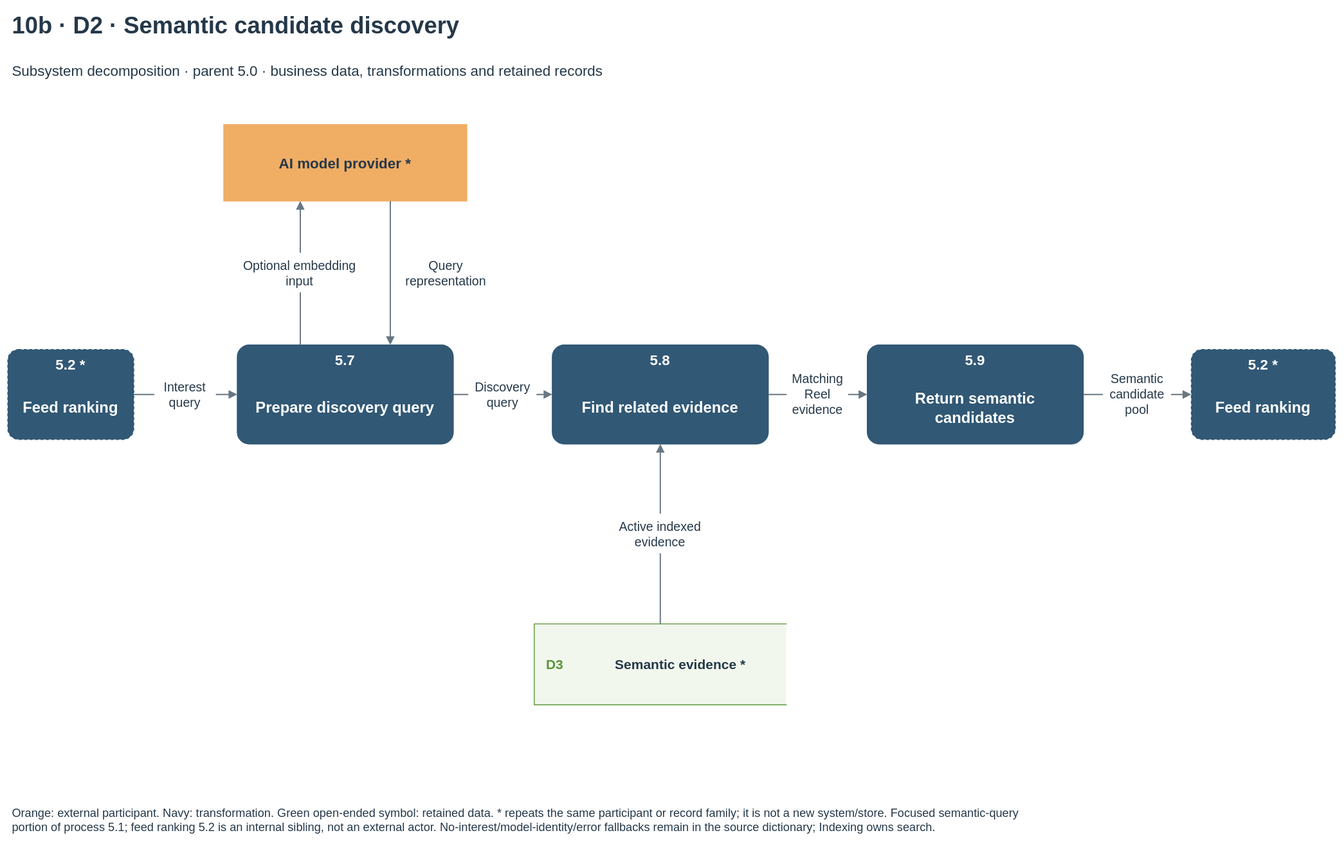
Earlier version of the draw.io export docs/diagrams/velora-current/importable-svg/10b-dfd-semantic-candidates.drawio.svg (HieuCuteDangYeu/velora-backend). Source tidied: cells renumbered, new cells last; positions are measured from the earlier drawing's top-left corner, leaving out a move shared by most shapes. Its diagram source:
```xml
<mxGraphModel>
  <root>
    <mxCell id="0" />
    <mxCell id="1" parent="0" />
    <mxCell id="2" value="10b · D2 · Semantic candidate discovery" style="text;html=1;whiteSpace=wrap;fontFamily=Arial;fontSize=26;fontColor=#253849;fontStyle=1;align=left;verticalAlign=middle;spacing=0;" parent="1" vertex="1">
      <mxGeometry x="5" width="1460" height="40" as="geometry" />
    </mxCell>
    <mxCell id="3" value="Subsystem decomposition · parent 5.0 · business data, transformations and retained records" style="text;html=1;whiteSpace=wrap;fontFamily=Arial;fontSize=16;fontColor=#253849;fontStyle=0;align=left;verticalAlign=middle;spacing=0;" parent="1" vertex="1">
      <mxGeometry x="5" y="50" width="1460" height="40" as="geometry" />
    </mxCell>
    <mxCell id="4" style="rounded=1;arcSize=12;fillColor=#315875;strokeColor=#315875;dashed=0;whiteSpace=wrap;" parent="1" vertex="1">
      <mxGeometry x="255" y="375" width="240" height="110" as="geometry" />
    </mxCell>
    <mxCell id="5" value="5.7" style="text;html=1;whiteSpace=wrap;fontFamily=Arial;fontSize=16;fontColor=white;fontStyle=1;align=center;verticalAlign=middle;spacing=0;" parent="4" vertex="1">
      <mxGeometry x="5" y="4" width="230" height="25" as="geometry" />
    </mxCell>
    <mxCell id="6" value="Prepare discovery query" style="text;html=1;whiteSpace=wrap;fontFamily=Arial;fontSize=17;fontColor=white;fontStyle=1;align=center;verticalAlign=middle;spacing=0;" parent="4" vertex="1">
      <mxGeometry x="8" y="36" width="224" height="70" as="geometry" />
    </mxCell>
    <mxCell id="7" style="rounded=1;arcSize=12;fillColor=#315875;strokeColor=#315875;dashed=0;whiteSpace=wrap;" parent="1" vertex="1">
      <mxGeometry x="605" y="375" width="240" height="110" as="geometry" />
    </mxCell>
    <mxCell id="8" value="5.8" style="text;html=1;whiteSpace=wrap;fontFamily=Arial;fontSize=16;fontColor=white;fontStyle=1;align=center;verticalAlign=middle;spacing=0;" parent="7" vertex="1">
      <mxGeometry x="5" y="4" width="230" height="25" as="geometry" />
    </mxCell>
    <mxCell id="9" value="Find related evidence" style="text;html=1;whiteSpace=wrap;fontFamily=Arial;fontSize=17;fontColor=white;fontStyle=1;align=center;verticalAlign=middle;spacing=0;" parent="7" vertex="1">
      <mxGeometry x="8" y="36" width="224" height="70" as="geometry" />
    </mxCell>
    <mxCell id="10" style="rounded=1;arcSize=12;fillColor=#315875;strokeColor=#315875;dashed=0;whiteSpace=wrap;" parent="1" vertex="1">
      <mxGeometry x="955" y="375" width="240" height="110" as="geometry" />
    </mxCell>
    <mxCell id="11" value="5.9" style="text;html=1;whiteSpace=wrap;fontFamily=Arial;fontSize=16;fontColor=white;fontStyle=1;align=center;verticalAlign=middle;spacing=0;" parent="10" vertex="1">
      <mxGeometry x="5" y="4" width="230" height="25" as="geometry" />
    </mxCell>
    <mxCell id="12" value="Return semantic&lt;br&gt;candidates" style="text;html=1;whiteSpace=wrap;fontFamily=Arial;fontSize=17;fontColor=white;fontStyle=1;align=center;verticalAlign=middle;spacing=0;" parent="10" vertex="1">
      <mxGeometry x="8" y="36" width="224" height="70" as="geometry" />
    </mxCell>
    <mxCell id="13" style="rounded=1;arcSize=12;fillColor=#315875;strokeColor=#315875;dashed=1;whiteSpace=wrap;" parent="1" vertex="1">
      <mxGeometry y="380" width="140" height="100" as="geometry" />
    </mxCell>
    <mxCell id="14" value="5.2 *" style="text;html=1;whiteSpace=wrap;fontFamily=Arial;fontSize=16;fontColor=white;fontStyle=1;align=center;verticalAlign=middle;spacing=0;" parent="13" vertex="1">
      <mxGeometry x="5" y="4" width="130" height="25" as="geometry" />
    </mxCell>
    <mxCell id="15" value="Feed ranking" style="text;html=1;whiteSpace=wrap;fontFamily=Arial;fontSize=17;fontColor=white;fontStyle=1;align=center;verticalAlign=middle;spacing=0;" parent="13" vertex="1">
      <mxGeometry x="8" y="36" width="124" height="60" as="geometry" />
    </mxCell>
    <mxCell id="16" style="rounded=0;arcSize=12;fillColor=#f0ad64;strokeColor=#f0ad64;dashed=0;whiteSpace=wrap;" parent="1" vertex="1">
      <mxGeometry x="240" y="130" width="270" height="85" as="geometry" />
    </mxCell>
    <mxCell id="17" value="AI model provider *" style="text;html=1;whiteSpace=wrap;fontFamily=Arial;fontSize=16;fontColor=#253849;fontStyle=1;align=center;verticalAlign=middle;spacing=0;" parent="16" vertex="1">
      <mxGeometry x="8" y="8" width="254" height="69" as="geometry" />
    </mxCell>
    <mxCell id="18" style="shape=partialRectangle;right=0;left=1;top=1;bottom=1;rounded=0;fillColor=#f2f7ed;strokeColor=#579539;whiteSpace=wrap;" parent="1" vertex="1">
      <mxGeometry x="585" y="685" width="280" height="90" as="geometry" />
    </mxCell>
    <mxCell id="19" value="D3" style="text;html=1;whiteSpace=wrap;fontFamily=Arial;fontSize=15;fontColor=#579539;fontStyle=1;align=center;verticalAlign=middle;spacing=0;" parent="18" vertex="1">
      <mxGeometry x="2" y="2" width="42" height="86" as="geometry" />
    </mxCell>
    <mxCell id="20" value="Semantic evidence *" style="text;html=1;whiteSpace=wrap;fontFamily=Arial;fontSize=15;fontColor=#253849;fontStyle=1;align=center;verticalAlign=middle;spacing=0;" parent="18" vertex="1">
      <mxGeometry x="53" y="5" width="219" height="80" as="geometry" />
    </mxCell>
    <mxCell id="21" style="rounded=1;arcSize=12;fillColor=#315875;strokeColor=#315875;dashed=1;whiteSpace=wrap;" parent="1" vertex="1">
      <mxGeometry x="1315" y="380" width="160" height="100" as="geometry" />
    </mxCell>
    <mxCell id="22" value="5.2 *" style="text;html=1;whiteSpace=wrap;fontFamily=Arial;fontSize=16;fontColor=white;fontStyle=1;align=center;verticalAlign=middle;spacing=0;" parent="21" vertex="1">
      <mxGeometry x="5" y="4" width="150" height="25" as="geometry" />
    </mxCell>
    <mxCell id="23" value="Feed ranking" style="text;html=1;whiteSpace=wrap;fontFamily=Arial;fontSize=17;fontColor=white;fontStyle=1;align=center;verticalAlign=middle;spacing=0;" parent="21" vertex="1">
      <mxGeometry x="8" y="36" width="144" height="60" as="geometry" />
    </mxCell>
    <mxCell id="24" style="edgeStyle=none;noEdgeStyle=1;endArrow=block;endFill=1;strokeColor=#687782;strokeWidth=1.4;jumpStyle=arc;jumpSize=8;exitPerimeter=0;entryPerimeter=0;exitX=1.0;exitY=0.5;entryX=0.0;entryY=0.5;" parent="1" edge="1" source="13" target="4">
      <mxGeometry relative="1" as="geometry" />
    </mxCell>
    <mxCell id="25" style="edgeStyle=none;noEdgeStyle=1;endArrow=block;endFill=1;strokeColor=#687782;strokeWidth=1.4;jumpStyle=arc;jumpSize=8;exitPerimeter=0;entryPerimeter=0;exitX=1.0;exitY=0.5;entryX=0.0;entryY=0.5;" parent="1" edge="1" source="4" target="7">
      <mxGeometry relative="1" as="geometry" />
    </mxCell>
    <mxCell id="26" style="edgeStyle=none;noEdgeStyle=1;endArrow=block;endFill=1;strokeColor=#687782;strokeWidth=1.4;jumpStyle=arc;jumpSize=8;exitPerimeter=0;entryPerimeter=0;exitX=1.0;exitY=0.5;entryX=0.0;entryY=0.5;" parent="1" edge="1" source="7" target="10">
      <mxGeometry relative="1" as="geometry" />
    </mxCell>
    <mxCell id="27" style="edgeStyle=none;noEdgeStyle=1;endArrow=block;endFill=1;strokeColor=#687782;strokeWidth=1.4;jumpStyle=arc;jumpSize=8;exitPerimeter=0;entryPerimeter=0;exitX=0.2916666666666667;exitY=0.0;entryX=0.3148148148148148;entryY=1.0;" parent="1" edge="1" source="4" target="16">
      <mxGeometry relative="1" as="geometry" />
    </mxCell>
    <mxCell id="28" style="edgeStyle=none;noEdgeStyle=1;endArrow=block;endFill=1;strokeColor=#687782;strokeWidth=1.4;jumpStyle=arc;jumpSize=8;exitPerimeter=0;entryPerimeter=0;exitX=0.6851851851851852;exitY=1.0;entryX=0.7083333333333334;entryY=0.0;" parent="1" edge="1" source="16" target="4">
      <mxGeometry relative="1" as="geometry" />
    </mxCell>
    <mxCell id="29" style="edgeStyle=none;noEdgeStyle=1;endArrow=block;endFill=1;strokeColor=#687782;strokeWidth=1.4;jumpStyle=arc;jumpSize=8;exitPerimeter=0;entryPerimeter=0;exitX=0.5;exitY=0.0;entryX=0.5;entryY=1.0;" parent="1" edge="1" source="18" target="7">
      <mxGeometry relative="1" as="geometry" />
    </mxCell>
    <mxCell id="30" style="edgeStyle=none;noEdgeStyle=1;endArrow=block;endFill=1;strokeColor=#687782;strokeWidth=1.4;jumpStyle=arc;jumpSize=8;exitPerimeter=0;entryPerimeter=0;exitX=1.0;exitY=0.5;entryX=0.0;entryY=0.5;" parent="1" edge="1" source="10" target="21">
      <mxGeometry relative="1" as="geometry" />
    </mxCell>
    <mxCell id="31" style="fillColor=#ffffff;strokeColor=none;" parent="1" vertex="1">
      <mxGeometry x="512.1" y="408" width="75.7" height="44" as="geometry" />
    </mxCell>
    <mxCell id="32" value="Discovery&lt;br&gt;query" style="text;html=1;whiteSpace=wrap;fontFamily=Arial;fontSize=14;fontColor=#253849;fontStyle=0;align=center;verticalAlign=middle;spacing=0;" parent="1" vertex="1">
      <mxGeometry x="512.1" y="408" width="75.7" height="44" as="geometry" />
    </mxCell>
    <mxCell id="33" style="fillColor=#ffffff;strokeColor=none;" parent="1" vertex="1">
      <mxGeometry x="865.8" y="399" width="68.4" height="62" as="geometry" />
    </mxCell>
    <mxCell id="34" value="Matching&lt;br&gt;Reel&lt;br&gt;evidence" style="text;html=1;whiteSpace=wrap;fontFamily=Arial;fontSize=14;fontColor=#253849;fontStyle=0;align=center;verticalAlign=middle;spacing=0;" parent="1" vertex="1">
      <mxGeometry x="865.8" y="399" width="68.4" height="62" as="geometry" />
    </mxCell>
    <mxCell id="35" style="fillColor=#ffffff;strokeColor=none;" parent="1" vertex="1">
      <mxGeometry x="163.3" y="408" width="68.4" height="44" as="geometry" />
    </mxCell>
    <mxCell id="36" value="Interest&lt;br&gt;query" style="text;html=1;whiteSpace=wrap;fontFamily=Arial;fontSize=14;fontColor=#253849;fontStyle=0;align=center;verticalAlign=middle;spacing=0;" parent="1" vertex="1">
      <mxGeometry x="163.3" y="408" width="68.4" height="44" as="geometry" />
    </mxCell>
    <mxCell id="37" style="fillColor=#ffffff;strokeColor=none;" parent="1" vertex="1">
      <mxGeometry x="1217.2" y="399" width="75.7" height="62" as="geometry" />
    </mxCell>
    <mxCell id="38" value="Semantic&lt;br&gt;candidate&lt;br&gt;pool" style="text;html=1;whiteSpace=wrap;fontFamily=Arial;fontSize=14;fontColor=#253849;fontStyle=0;align=center;verticalAlign=middle;spacing=0;" parent="1" vertex="1">
      <mxGeometry x="1217.2" y="399" width="75.7" height="62" as="geometry" />
    </mxCell>
    <mxCell id="39" style="fillColor=#ffffff;strokeColor=none;" parent="1" vertex="1">
      <mxGeometry x="254.3" y="273" width="141.4" height="44" as="geometry" />
    </mxCell>
    <mxCell id="40" value="Optional embedding&lt;br&gt;input" style="text;html=1;whiteSpace=wrap;fontFamily=Arial;fontSize=14;fontColor=#253849;fontStyle=0;align=center;verticalAlign=middle;spacing=0;" parent="1" vertex="1">
      <mxGeometry x="254.3" y="273" width="141.4" height="44" as="geometry" />
    </mxCell>
    <mxCell id="41" style="fillColor=#ffffff;strokeColor=none;" parent="1" vertex="1">
      <mxGeometry x="431" y="273" width="112.2" height="44" as="geometry" />
    </mxCell>
    <mxCell id="42" value="Query&lt;br&gt;representation" style="text;html=1;whiteSpace=wrap;fontFamily=Arial;fontSize=14;fontColor=#253849;fontStyle=0;align=center;verticalAlign=middle;spacing=0;" parent="1" vertex="1">
      <mxGeometry x="431" y="273" width="112.2" height="44" as="geometry" />
    </mxCell>
    <mxCell id="43" style="fillColor=#ffffff;strokeColor=none;" parent="1" vertex="1">
      <mxGeometry x="668.9" y="563" width="112.2" height="44" as="geometry" />
    </mxCell>
    <mxCell id="44" value="Active indexed&lt;br&gt;evidence" style="text;html=1;whiteSpace=wrap;fontFamily=Arial;fontSize=14;fontColor=#253849;fontStyle=0;align=center;verticalAlign=middle;spacing=0;" parent="1" vertex="1">
      <mxGeometry x="668.9" y="563" width="112.2" height="44" as="geometry" />
    </mxCell>
    <mxCell id="45" value="Orange: external participant. Navy: transformation. Green open-ended symbol: retained data. * repeats the same participant or record family; it is not a new system/store. Focused semantic-query&lt;br&gt;portion of process 5.1; feed ranking 5.2 is an internal sibling, not an external actor. No-interest/model-identity/error fallbacks remain in the source dictionary; Indexing owns search." style="text;html=1;whiteSpace=wrap;fontFamily=Arial;fontSize=13;fontColor=#253849;fontStyle=0;align=left;verticalAlign=middle;spacing=0;" parent="1" vertex="1">
      <mxGeometry x="5" y="865" width="1460" height="75" as="geometry" />
    </mxCell>
  </root>
</mxGraphModel>
```
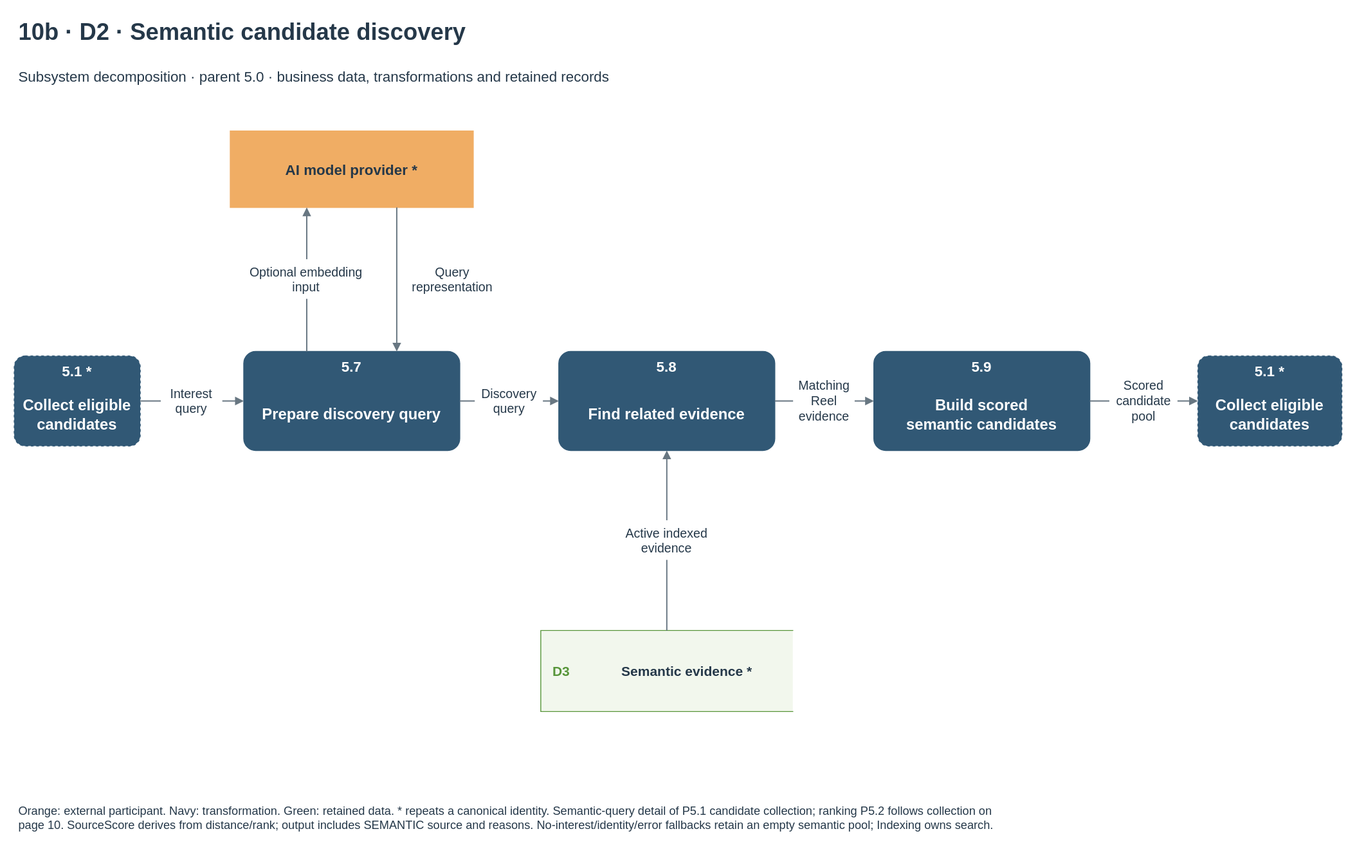
The same file after the commit.

Diff of the diagram source:
```diff
@@ -32,16 +32,16 @@
     <mxCell id="11" value="5.9" style="text;html=1;whiteSpace=wrap;fontFamily=Arial;fontSize=16;fontColor=white;fontStyle=1;align=center;verticalAlign=middle;spacing=0;" parent="10" vertex="1">
       <mxGeometry x="5" y="4" width="230" height="25" as="geometry" />
     </mxCell>
-    <mxCell id="12" value="Return semantic&lt;br&gt;candidates" style="text;html=1;whiteSpace=wrap;fontFamily=Arial;fontSize=17;fontColor=white;fontStyle=1;align=center;verticalAlign=middle;spacing=0;" parent="10" vertex="1">
+    <mxCell id="12" value="Build scored&lt;br&gt;semantic candidates" style="text;html=1;whiteSpace=wrap;fontFamily=Arial;fontSize=17;fontColor=white;fontStyle=1;align=center;verticalAlign=middle;spacing=0;" parent="10" vertex="1">
       <mxGeometry x="8" y="36" width="224" height="70" as="geometry" />
     </mxCell>
     <mxCell id="13" style="rounded=1;arcSize=12;fillColor=#315875;strokeColor=#315875;dashed=1;whiteSpace=wrap;" parent="1" vertex="1">
       <mxGeometry y="380" width="140" height="100" as="geometry" />
     </mxCell>
-    <mxCell id="14" value="5.2 *" style="text;html=1;whiteSpace=wrap;fontFamily=Arial;fontSize=16;fontColor=white;fontStyle=1;align=center;verticalAlign=middle;spacing=0;" parent="13" vertex="1">
+    <mxCell id="14" value="5.1 *" style="text;html=1;whiteSpace=wrap;fontFamily=Arial;fontSize=16;fontColor=white;fontStyle=1;align=center;verticalAlign=middle;spacing=0;" parent="13" vertex="1">
       <mxGeometry x="5" y="4" width="130" height="25" as="geometry" />
     </mxCell>
-    <mxCell id="15" value="Feed ranking" style="text;html=1;whiteSpace=wrap;fontFamily=Arial;fontSize=17;fontColor=white;fontStyle=1;align=center;verticalAlign=middle;spacing=0;" parent="13" vertex="1">
+    <mxCell id="15" value="Collect eligible&lt;br&gt;candidates" style="text;html=1;whiteSpace=wrap;fontFamily=Arial;fontSize=17;fontColor=white;fontStyle=1;align=center;verticalAlign=middle;spacing=0;" parent="13" vertex="1">
       <mxGeometry x="8" y="36" width="124" height="60" as="geometry" />
     </mxCell>
     <mxCell id="16" style="rounded=0;arcSize=12;fillColor=#f0ad64;strokeColor=#f0ad64;dashed=0;whiteSpace=wrap;" parent="1" vertex="1">
@@ -62,10 +62,10 @@
     <mxCell id="21" style="rounded=1;arcSize=12;fillColor=#315875;strokeColor=#315875;dashed=1;whiteSpace=wrap;" parent="1" vertex="1">
       <mxGeometry x="1315" y="380" width="160" height="100" as="geometry" />
     </mxCell>
-    <mxCell id="22" value="5.2 *" style="text;html=1;whiteSpace=wrap;fontFamily=Arial;fontSize=16;fontColor=white;fontStyle=1;align=center;verticalAlign=middle;spacing=0;" parent="21" vertex="1">
+    <mxCell id="22" value="5.1 *" style="text;html=1;whiteSpace=wrap;fontFamily=Arial;fontSize=16;fontColor=white;fontStyle=1;align=center;verticalAlign=middle;spacing=0;" parent="21" vertex="1">
       <mxGeometry x="5" y="4" width="150" height="25" as="geometry" />
     </mxCell>
-    <mxCell id="23" value="Feed ranking" style="text;html=1;whiteSpace=wrap;fontFamily=Arial;fontSize=17;fontColor=white;fontStyle=1;align=center;verticalAlign=middle;spacing=0;" parent="21" vertex="1">
+    <mxCell id="23" value="Collect eligible&lt;br&gt;candidates" style="text;html=1;whiteSpace=wrap;fontFamily=Arial;fontSize=17;fontColor=white;fontStyle=1;align=center;verticalAlign=middle;spacing=0;" parent="21" vertex="1">
       <mxGeometry x="8" y="36" width="144" height="60" as="geometry" />
     </mxCell>
     <mxCell id="24" style="edgeStyle=none;noEdgeStyle=1;endArrow=block;endFill=1;strokeColor=#687782;strokeWidth=1.4;jumpStyle=arc;jumpSize=8;exitPerimeter=0;entryPerimeter=0;exitX=1.0;exitY=0.5;entryX=0.0;entryY=0.5;" parent="1" edge="1" source="13" target="4">
@@ -110,7 +110,7 @@
     <mxCell id="37" style="fillColor=#ffffff;strokeColor=none;" parent="1" vertex="1">
       <mxGeometry x="1217.2" y="399" width="75.7" height="62" as="geometry" />
     </mxCell>
-    <mxCell id="38" value="Semantic&lt;br&gt;candidate&lt;br&gt;pool" style="text;html=1;whiteSpace=wrap;fontFamily=Arial;fontSize=14;fontColor=#253849;fontStyle=0;align=center;verticalAlign=middle;spacing=0;" parent="1" vertex="1">
+    <mxCell id="38" value="Scored&lt;br&gt;candidate&lt;br&gt;pool" style="text;html=1;whiteSpace=wrap;fontFamily=Arial;fontSize=14;fontColor=#253849;fontStyle=0;align=center;verticalAlign=middle;spacing=0;" parent="1" vertex="1">
       <mxGeometry x="1217.2" y="399" width="75.7" height="62" as="geometry" />
     </mxCell>
     <mxCell id="39" style="fillColor=#ffffff;strokeColor=none;" parent="1" vertex="1">
@@ -131,8 +131,8 @@
     <mxCell id="44" value="Active indexed&lt;br&gt;evidence" style="text;html=1;whiteSpace=wrap;fontFamily=Arial;fontSize=14;fontColor=#253849;fontStyle=0;align=center;verticalAlign=middle;spacing=0;" parent="1" vertex="1">
       <mxGeometry x="668.9" y="563" width="112.2" height="44" as="geometry" />
     </mxCell>
-    <mxCell id="45" value="Orange: external participant. Navy: transformation. Green open-ended symbol: retained data. * repeats the same participant or record family; it is not a new system/store. Focused semantic-query&lt;br&gt;portion of process 5.1; feed ranking 5.2 is an internal sibling, not an external actor. No-interest/model-identity/error fallbacks remain in the source dictionary; Indexing owns search." style="text;html=1;whiteSpace=wrap;fontFamily=Arial;fontSize=13;fontColor=#253849;fontStyle=0;align=left;verticalAlign=middle;spacing=0;" parent="1" vertex="1">
-      <mxGeometry x="5" y="865" width="1460" height="75" as="geometry" />
+    <mxCell id="45" value="Orange: external participant. Navy: transformation. Green: retained data. * repeats a canonical identity. Semantic-query detail of P5.1 candidate collection; ranking P5.2 follows collection on&lt;br&gt;page 10. SourceScore derives from distance/rank; output includes SEMANTIC source and reasons. No-interest/identity/error fallbacks retain an empty semantic pool; Indexing owns search." style="text;html=1;whiteSpace=wrap;fontFamily=Arial;fontSize=13;fontColor=#253849;fontStyle=0;align=left;verticalAlign=middle;spacing=0;" parent="1" vertex="1">
+      <mxGeometry x="5" y="865" width="1460" height="56" as="geometry" />
     </mxCell>
   </root>
 </mxGraphModel>
```
